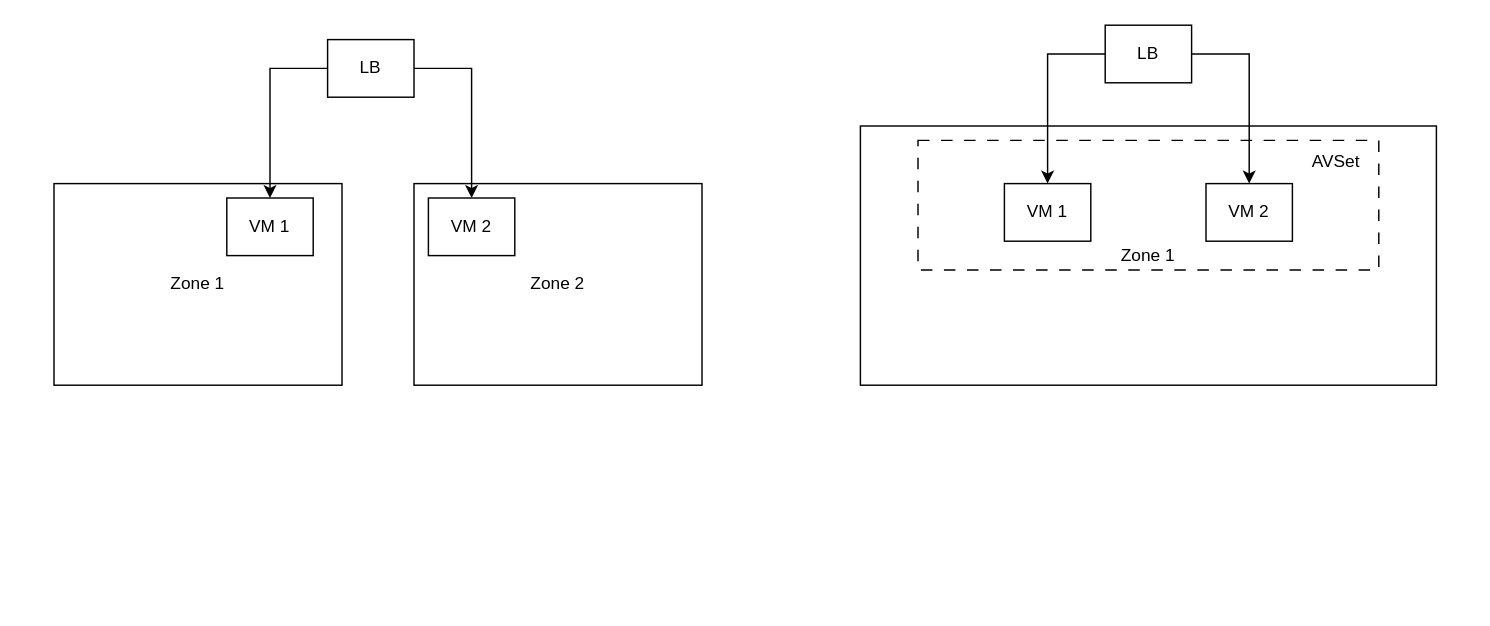
Earlier version of the draw.io diagram page "HA" (4 of 4) of diagram/IoT.drawio (hyukjuns/iot-eventhub-message-processing). Source tidied: cells renumbered, new cells numbered last; positions are measured from the earlier drawing's top-left corner, leaving out a move shared by most shapes. Both pictures are drawn from the tidied source at 144%, with x=0, y=0 at pixel (53, 24).
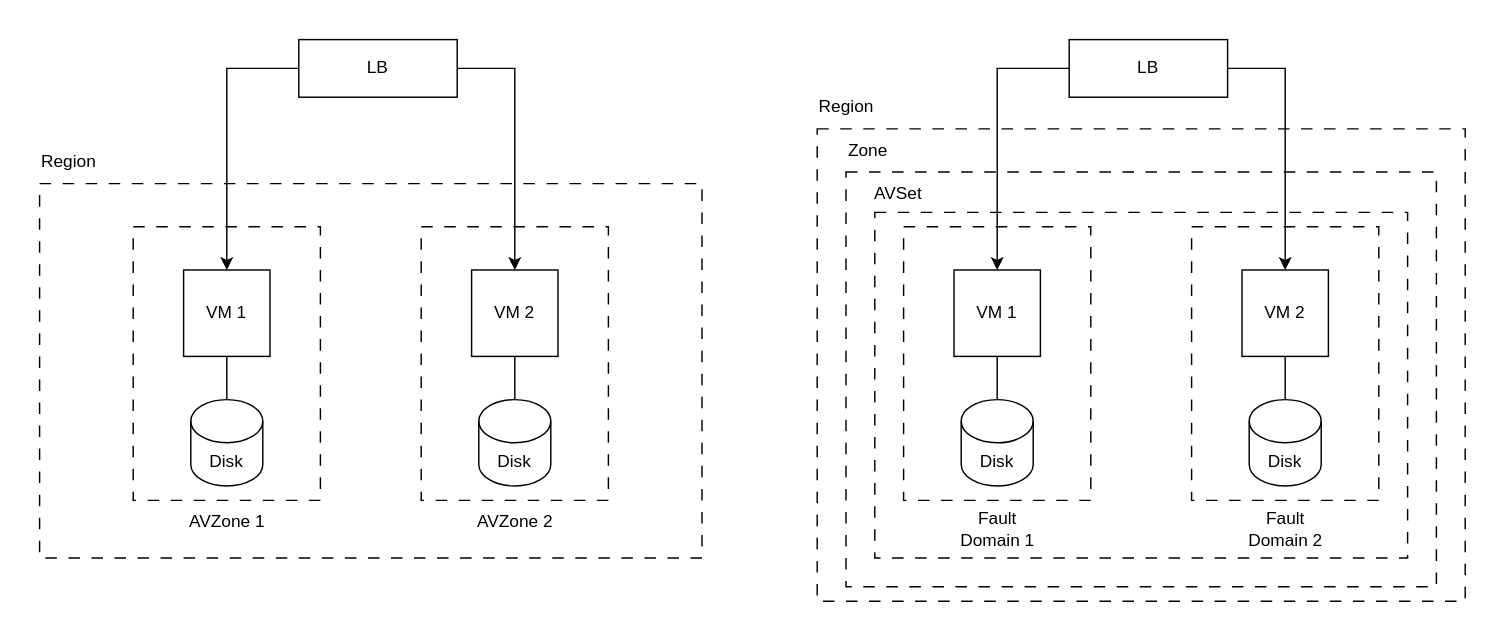
After the change.

Change to the diagram source:
```diff
@@
-    <mxCell id="2" value="Zone 1" style="rounded=0;whiteSpace=wrap;html=1;" parent="1" vertex="1">
-      <mxGeometry x="560" y="70" width="400" height="180" as="geometry" />
-    </mxCell>
-    <mxCell id="3" value="Zone 1" style="rounded=0;whiteSpace=wrap;html=1;" parent="1" vertex="1">
-      <mxGeometry y="110" width="200" height="140" as="geometry" />
-    </mxCell>
-    <mxCell id="4" value="Zone 2" style="rounded=0;whiteSpace=wrap;html=1;" parent="1" vertex="1">
-      <mxGeometry x="250" y="110" width="200" height="140" as="geometry" />
-    </mxCell>
+    <mxCell id="17" style="rounded=0;whiteSpace=wrap;html=1;fillColor=none;dashed=1;dashPattern=8 8;" parent="1" vertex="1">
+      <mxGeometry x="550" y="102" width="410" height="288" as="geometry" />
+    </mxCell>
+    <mxCell id="18" style="rounded=0;whiteSpace=wrap;html=1;fillColor=none;dashed=1;dashPattern=8 8;" parent="1" vertex="1">
+      <mxGeometry x="-10" y="110" width="460" height="260" as="geometry" />
+    </mxCell>
     <mxCell id="5" value="VM 1" style="rounded=0;whiteSpace=wrap;html=1;" parent="1" vertex="1">
-      <mxGeometry x="120" y="120" width="60" height="40" as="geometry" />
+      <mxGeometry x="90" y="170" width="60" height="60" as="geometry" />
     </mxCell>
+    <mxCell id="19" style="edgeStyle=orthogonalEdgeStyle;rounded=0;jettySize=auto;html=1;endArrow=none;startFill=0;" parent="1" edge="1" source="6" target="22">
+      <mxGeometry relative="1" as="geometry" />
+    </mxCell>
     <mxCell id="6" value="VM 2" style="rounded=0;whiteSpace=wrap;html=1;" parent="1" vertex="1">
-      <mxGeometry x="260" y="120" width="60" height="40" as="geometry" />
+      <mxGeometry x="290" y="170" width="60" height="60" as="geometry" />
     </mxCell>
     <mxCell id="7" style="edgeStyle=orthogonalEdgeStyle;rounded=0;jettySize=auto;html=1;" parent="1" edge="1" source="9" target="5">
-      <mxGeometry relative="1" as="geometry" />
+      <mxGeometry relative="1" as="geometry">
+        <Array as="points">
+          <mxPoint x="120" y="30" />
+        </Array>
+      </mxGeometry>
     </mxCell>
     <mxCell id="8" style="edgeStyle=orthogonalEdgeStyle;rounded=0;jettySize=auto;html=1;" parent="1" edge="1" source="9" target="6">
-      <mxGeometry relative="1" as="geometry" />
+      <mxGeometry relative="1" as="geometry">
+        <Array as="points">
+          <mxPoint x="320" y="30" />
+        </Array>
+      </mxGeometry>
     </mxCell>
     <mxCell id="9" value="LB" style="rounded=0;whiteSpace=wrap;html=1;" parent="1" vertex="1">
-      <mxGeometry x="190" y="10" width="60" height="40" as="geometry" />
+      <mxGeometry x="170" y="10" width="110" height="40" as="geometry" />
     </mxCell>
+    <mxCell id="20" style="rounded=0;whiteSpace=wrap;html=1;fillColor=none;dashed=1;dashPattern=8 8;" parent="1" vertex="1">
+      <mxGeometry x="55" y="140" width="130" height="190" as="geometry" />
+    </mxCell>
+    <mxCell id="21" value="Disk" style="shape=cylinder3;whiteSpace=wrap;html=1;boundedLbl=1;backgroundOutline=1;size=15;" parent="1" vertex="1">
+      <mxGeometry x="95" y="260" width="50" height="60" as="geometry" />
+    </mxCell>
+    <mxCell id="22" value="Disk" style="shape=cylinder3;whiteSpace=wrap;html=1;boundedLbl=1;backgroundOutline=1;size=15;" parent="1" vertex="1">
+      <mxGeometry x="295" y="260" width="50" height="60" as="geometry" />
+    </mxCell>
+    <mxCell id="23" style="edgeStyle=orthogonalEdgeStyle;rounded=0;jettySize=auto;html=1;entryX=0.5;entryY=0;entryDx=0;entryDy=0;entryPerimeter=0;endArrow=none;startFill=0;" parent="1" edge="1" source="5" target="21">
+      <mxGeometry relative="1" as="geometry" />
+    </mxCell>
+    <mxCell id="24" value="AVZone 1" style="text;html=1;align=center;verticalAlign=middle;strokeColor=none;fillColor=none;" parent="1" vertex="1">
+      <mxGeometry x="80" y="330" width="80" height="30" as="geometry" />
+    </mxCell>
+    <mxCell id="25" style="rounded=0;whiteSpace=wrap;html=1;fillColor=none;dashed=1;dashPattern=8 8;" parent="1" vertex="1">
+      <mxGeometry x="255" y="140" width="130" height="190" as="geometry" />
+    </mxCell>
+    <mxCell id="26" value="AVZone 2" style="text;html=1;align=center;verticalAlign=middle;strokeColor=none;fillColor=none;" parent="1" vertex="1">
+      <mxGeometry x="280" y="330" width="80" height="30" as="geometry" />
+    </mxCell>
+    <mxCell id="27" value="Region" style="text;html=1;align=center;verticalAlign=middle;strokeColor=none;fillColor=none;" parent="1" vertex="1">
+      <mxGeometry x="-20" y="80" width="60" height="30" as="geometry" />
+    </mxCell>
+    <mxCell id="28" style="rounded=0;whiteSpace=wrap;html=1;fillColor=none;dashed=1;dashPattern=8 8;" parent="1" vertex="1">
+      <mxGeometry x="570" y="130" width="370" height="240" as="geometry" />
+    </mxCell>
     <mxCell id="10" value="VM 1" style="rounded=0;whiteSpace=wrap;html=1;" parent="1" vertex="1">
-      <mxGeometry x="660" y="110" width="60" height="40" as="geometry" />
+      <mxGeometry x="625" y="170" width="60" height="60" as="geometry" />
     </mxCell>
+    <mxCell id="29" style="edgeStyle=orthogonalEdgeStyle;rounded=0;jettySize=auto;html=1;endArrow=none;startFill=0;" parent="1" edge="1" source="11" target="32">
+      <mxGeometry relative="1" as="geometry" />
+    </mxCell>
     <mxCell id="11" value="VM 2" style="rounded=0;whiteSpace=wrap;html=1;" parent="1" vertex="1">
-      <mxGeometry x="800" y="110" width="60" height="40" as="geometry" />
+      <mxGeometry x="825" y="170" width="60" height="60" as="geometry" />
     </mxCell>
     <mxCell id="12" style="edgeStyle=orthogonalEdgeStyle;rounded=0;jettySize=auto;html=1;" parent="1" edge="1" source="14" target="10">
-      <mxGeometry relative="1" as="geometry" />
+      <mxGeometry relative="1" as="geometry">
+        <Array as="points">
+          <mxPoint x="655" y="30" />
+        </Array>
+      </mxGeometry>
     </mxCell>
     <mxCell id="13" style="edgeStyle=orthogonalEdgeStyle;rounded=0;jettySize=auto;html=1;" parent="1" edge="1" source="14" target="11">
-      <mxGeometry relative="1" as="geometry" />
+      <mxGeometry relative="1" as="geometry">
+        <Array as="points">
+          <mxPoint x="855" y="30" />
+        </Array>
+      </mxGeometry>
     </mxCell>
     <mxCell id="14" value="LB" style="rounded=0;whiteSpace=wrap;html=1;" parent="1" vertex="1">
-      <mxGeometry x="730" width="60" height="40" as="geometry" />
+      <mxGeometry x="705" y="10" width="110" height="40" as="geometry" />
     </mxCell>
-    <mxCell id="15" style="rounded=0;whiteSpace=wrap;html=1;fillColor=none;dashed=1;dashPattern=8 8;" parent="1" vertex="1">
-      <mxGeometry x="600" y="80" width="320" height="90" as="geometry" />
-    </mxCell>
+    <mxCell id="30" style="rounded=0;whiteSpace=wrap;html=1;fillColor=none;dashed=1;dashPattern=8 8;" parent="1" vertex="1">
+      <mxGeometry x="590" y="140" width="130" height="190" as="geometry" />
+    </mxCell>
+    <mxCell id="31" value="Disk" style="shape=cylinder3;whiteSpace=wrap;html=1;boundedLbl=1;backgroundOutline=1;size=15;" parent="1" vertex="1">
+      <mxGeometry x="630" y="260" width="50" height="60" as="geometry" />
+    </mxCell>
+    <mxCell id="32" value="Disk" style="shape=cylinder3;whiteSpace=wrap;html=1;boundedLbl=1;backgroundOutline=1;size=15;" parent="1" vertex="1">
+      <mxGeometry x="830" y="260" width="50" height="60" as="geometry" />
+    </mxCell>
+    <mxCell id="33" style="edgeStyle=orthogonalEdgeStyle;rounded=0;jettySize=auto;html=1;entryX=0.5;entryY=0;entryDx=0;entryDy=0;entryPerimeter=0;endArrow=none;startFill=0;" parent="1" edge="1" source="10" target="31">
+      <mxGeometry relative="1" as="geometry" />
+    </mxCell>
+    <mxCell id="34" value="Fault&lt;div&gt;Domain 1&lt;/div&gt;" style="text;html=1;align=center;verticalAlign=middle;strokeColor=none;fillColor=none;" parent="1" vertex="1">
+      <mxGeometry x="620" y="330" width="70" height="40" as="geometry" />
+    </mxCell>
+    <mxCell id="35" style="rounded=0;whiteSpace=wrap;html=1;fillColor=none;dashed=1;dashPattern=8 8;" parent="1" vertex="1">
+      <mxGeometry x="790" y="140" width="130" height="190" as="geometry" />
+    </mxCell>
+    <mxCell id="36" value="Fault&lt;div&gt;Domain 2&lt;/div&gt;" style="text;html=1;align=center;verticalAlign=middle;strokeColor=none;fillColor=none;" parent="1" vertex="1">
+      <mxGeometry x="820" y="330" width="70" height="40" as="geometry" />
+    </mxCell>
-    <mxCell id="16" value="&lt;div&gt;AVSet&lt;/div&gt;" style="text;html=1;align=center;verticalAlign=middle;strokeColor=none;fillColor=none;" parent="1" vertex="1">
-      <mxGeometry x="860" y="80" width="60" height="30" as="geometry" />
+    <mxCell id="16" value="AVSet" style="text;html=1;align=center;verticalAlign=middle;strokeColor=none;fillColor=none;" parent="1" vertex="1">
+      <mxGeometry x="556" y="102" width="60" height="30" as="geometry" />
     </mxCell>
+    <mxCell id="37" value="Zone" style="text;html=1;align=center;verticalAlign=middle;strokeColor=none;fillColor=none;" parent="1" vertex="1">
+      <mxGeometry x="540" y="72" width="50" height="30" as="geometry" />
+    </mxCell>
+    <mxCell id="38" style="rounded=0;whiteSpace=wrap;html=1;fillColor=none;dashed=1;dashPattern=8 8;" parent="1" vertex="1">
+      <mxGeometry x="530" y="72" width="450" height="328" as="geometry" />
+    </mxCell>
+    <mxCell id="39" value="Region" style="text;html=1;align=center;verticalAlign=middle;strokeColor=none;fillColor=none;" parent="1" vertex="1">
+      <mxGeometry x="520" y="42" width="60" height="30" as="geometry" />
+    </mxCell>
```
